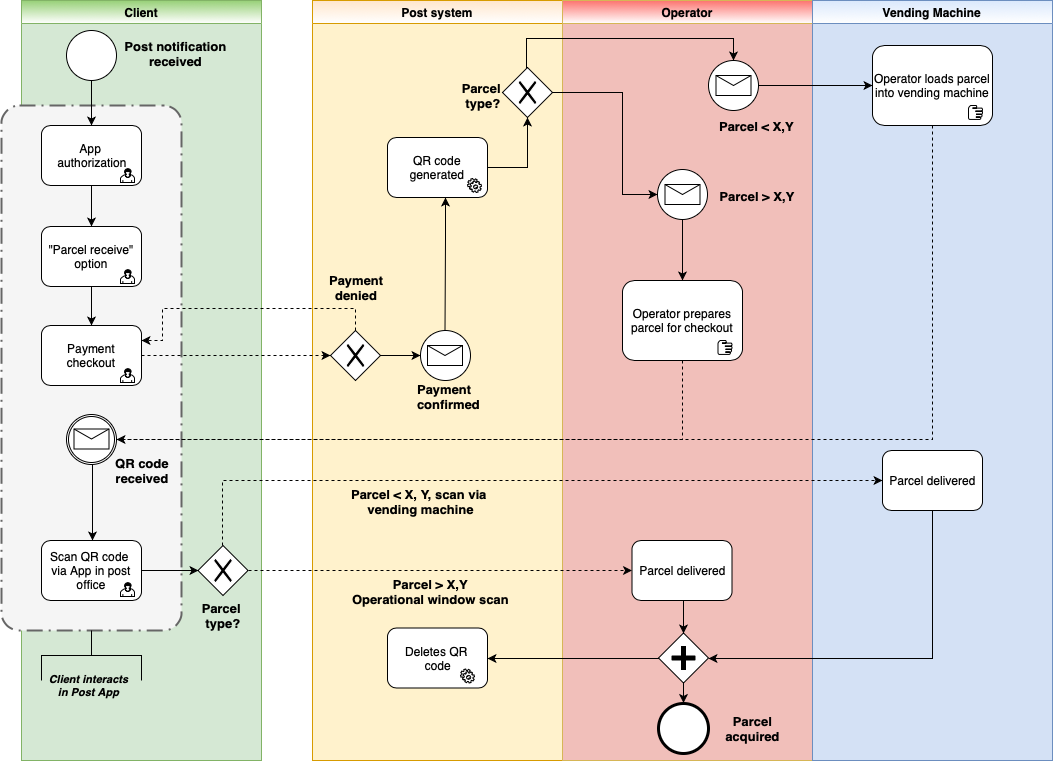
This is site2/img/tobe.png from sergoriev/cv, a draw.io export, as it was before one commit. Source tidied: cells renumbered, new cells last; positions are measured from the earlier drawing's top-left corner, leaving out a move shared by most shapes.
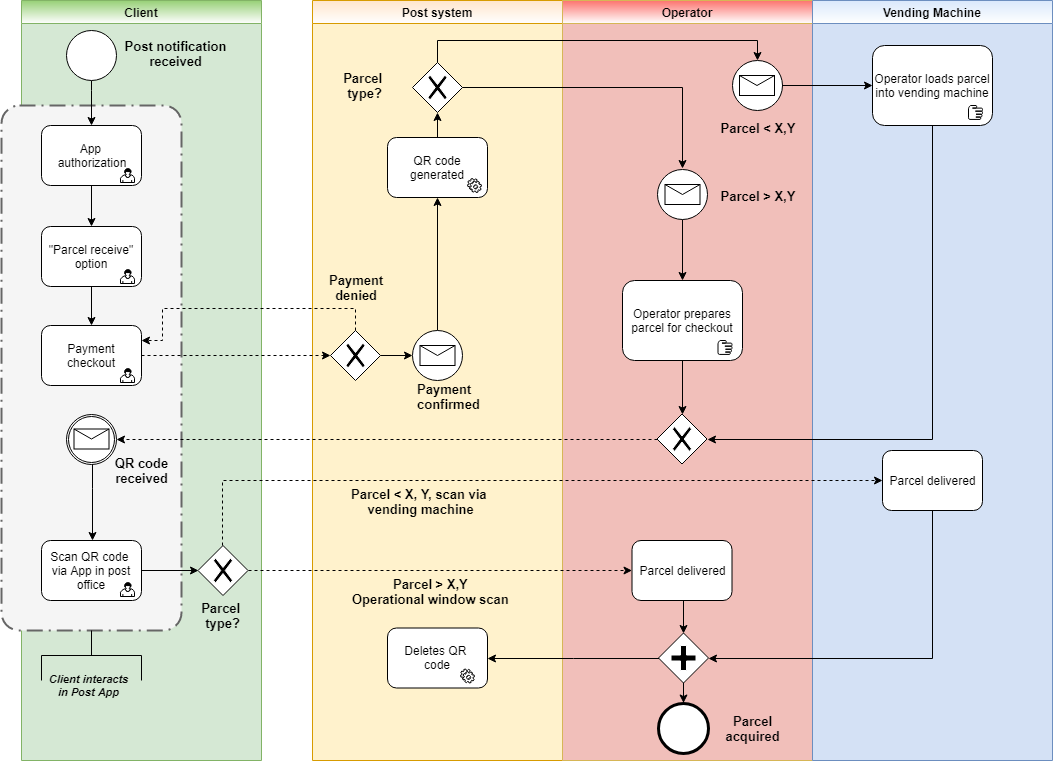
After the commit.

Change to the diagram source:
```diff
@@ -91,18 +91,13 @@
       <mxGeometry x="75" y="137" width="100" height="60" as="geometry" />
     </mxCell>
     <mxCell id="28" style="shape=mxgraph.bpmn.shape;html=1;verticalLabelPosition=bottom;labelBackgroundColor=#ffffff;verticalAlign=top;align=center;perimeter=rhombusPerimeter;background=gateway;outlineConnect=0;outline=none;symbol=exclusiveGw;" parent="25" vertex="1">
-      <mxGeometry x="190" y="67" width="50" height="50" as="geometry" />
+      <mxGeometry x="100" y="62" width="50" height="50" as="geometry" />
     </mxCell>
-    <mxCell id="29" style="edgeStyle=orthogonalEdgeStyle;rounded=0;jettySize=auto;html=1;" parent="25" edge="1" source="30" target="27">
-      <mxGeometry relative="1" as="geometry">
-        <Array as="points">
-          <mxPoint x="133" y="238" />
-          <mxPoint x="133" y="238" />
-        </Array>
-      </mxGeometry>
+    <mxCell id="29" style="edgeStyle=orthogonalEdgeStyle;rounded=0;jettySize=auto;html=1;entryX=0.5;entryY=1;entryDx=0;entryDy=0;" parent="25" edge="1" source="30" target="27">
+      <mxGeometry relative="1" as="geometry" />
     </mxCell>
     <mxCell id="30" style="shape=mxgraph.bpmn.shape;html=1;verticalLabelPosition=bottom;labelBackgroundColor=#ffffff;verticalAlign=top;align=center;perimeter=ellipsePerimeter;outlineConnect=0;outline=standard;symbol=message;" parent="25" vertex="1">
-      <mxGeometry x="107.5" y="330" width="50" height="50" as="geometry" />
+      <mxGeometry x="100" y="330" width="50" height="50" as="geometry" />
     </mxCell>
     <mxCell id="31" value="&lt;div&gt;Deletes QR &lt;br&gt;&lt;/div&gt;&lt;div&gt;code&lt;/div&gt;" style="shape=ext;rounded=1;html=1;whiteSpace=wrap;" parent="25" vertex="1">
       <mxGeometry x="75" y="627.5" width="100" height="60" as="geometry" />
@@ -117,7 +112,7 @@
       <mxGeometry x="102.5" y="378.5" width="30" height="70" as="geometry" />
     </mxCell>
     <mxCell id="35" value="&lt;div style=&quot;font-size: 13px;&quot;&gt;Parcel &lt;br style=&quot;font-size: 13px;&quot;&gt;&lt;/div&gt;&lt;div style=&quot;font-size: 13px;&quot;&gt;type?&lt;/div&gt;" style="text;html=1;strokeColor=none;fillColor=none;align=center;verticalAlign=middle;whiteSpace=wrap;rounded=0;fontStyle=1;fontSize=13;" parent="25" vertex="1">
-      <mxGeometry x="136" y="79" width="69" height="31" as="geometry" />
+      <mxGeometry x="18" y="69.5" width="69" height="31" as="geometry" />
     </mxCell>
     <mxCell id="36" style="edgeStyle=orthogonalEdgeStyle;rounded=0;jettySize=auto;html=1;entryX=0;entryY=0.5;entryDx=0;entryDy=0;" parent="25" edge="1" source="37" target="30">
       <mxGeometry relative="1" as="geometry" />
@@ -135,7 +130,7 @@
       <mxGeometry x="95" y="169" width="50" height="50" as="geometry" />
     </mxCell>
     <mxCell id="41" style="shape=mxgraph.bpmn.shape;html=1;verticalLabelPosition=bottom;labelBackgroundColor=#ffffff;verticalAlign=top;align=center;perimeter=ellipsePerimeter;outlineConnect=0;outline=standard;symbol=message;" parent="38" vertex="1">
-      <mxGeometry x="146" y="60" width="50" height="50" as="geometry" />
+      <mxGeometry x="169.5" y="60" width="50" height="50" as="geometry" />
     </mxCell>
     <mxCell id="42" style="edgeStyle=orthogonalEdgeStyle;rounded=0;jettySize=auto;html=1;entryX=0.5;entryY=0;entryDx=0;entryDy=0;startArrow=none;startFill=0;" parent="38" edge="1" source="43" target="45">
       <mxGeometry relative="1" as="geometry">
@@ -164,11 +159,14 @@
       <mxGeometry x="155.5" y="340" width="14" height="14" as="geometry" />
     </mxCell>
     <mxCell id="49" value="Parcel &amp;gt; X,Y" style="text;html=1;strokeColor=none;fillColor=none;align=center;verticalAlign=middle;whiteSpace=wrap;rounded=0;labelBackgroundColor=none;fontSize=13;fontStyle=1;" parent="38" vertex="1">
-      <mxGeometry x="155.5" y="185" width="78" height="20" as="geometry" />
+      <mxGeometry x="152" y="185" width="85" height="20" as="geometry" />
     </mxCell>
     <mxCell id="50" value="&lt;b style=&quot;font-size: 13px&quot;&gt;Parcel&lt;br&gt;acquired&lt;/b&gt;&lt;br&gt;" style="text;html=1;strokeColor=none;fillColor=none;align=center;verticalAlign=middle;whiteSpace=wrap;rounded=0;" parent="38" vertex="1">
       <mxGeometry x="169.5" y="717.5" width="40" height="20" as="geometry" />
     </mxCell>
+    <mxCell id="57" value="Parcel &amp;lt; X,Y" style="text;html=1;strokeColor=none;fillColor=none;align=center;verticalAlign=middle;whiteSpace=wrap;rounded=0;fontSize=13;fontStyle=1;" parent="38" vertex="1">
+      <mxGeometry x="152" y="117" width="85" height="20" as="geometry" />
+    </mxCell>
     <mxCell id="51" value="Vending Machine" style="swimlane;fillColor=#DAE8FC;strokeColor=#6c8ebf;gradientColor=#ffffff;swimlaneFillColor=#D4E1F5;" parent="1" vertex="1">
       <mxGeometry x="811" width="240" height="760" as="geometry" />
     </mxCell>
@@ -184,19 +182,6 @@
     <mxCell id="55" style="edgeStyle=orthogonalEdgeStyle;rounded=0;jettySize=auto;html=1;dashed=1;endArrow=classic;endFill=1;entryX=0;entryY=0.5;entryDx=0;entryDy=0;" parent="1" edge="1" source="10" target="37">
       <mxGeometry relative="1" as="geometry" />
     </mxCell>
-    <mxCell id="56" style="edgeStyle=orthogonalEdgeStyle;rounded=0;jettySize=auto;html=1;exitX=0.5;exitY=0;exitDx=0;exitDy=0;" parent="1" edge="1" source="28" target="41">
-      <mxGeometry relative="1" as="geometry">
-        <Array as="points">
-          <mxPoint x="525" y="38" />
-          <mxPoint x="732" y="38" />
-        </Array>
-      </mxGeometry>
-    </mxCell>
-    <mxCell id="57" value="&lt;b style=&quot;font-size: 13px&quot;&gt;&lt;font style=&quot;font-size: 13px&quot;&gt;Parcel &amp;lt; X,Y&lt;/font&gt;&lt;/b&gt;" style="text;html=1;align=center;verticalAlign=middle;labelBackgroundColor=none;fontSize=13;" parent="56" vertex="1">
-      <mxGeometry x="-0.53" y="2" relative="1" as="geometry">
-        <mxPoint x="199" y="88.5" as="offset" />
-      </mxGeometry>
-    </mxCell>
     <mxCell id="58" style="edgeStyle=orthogonalEdgeStyle;rounded=0;jettySize=auto;html=1;entryX=0;entryY=0.5;entryDx=0;entryDy=0;startArrow=none;startFill=0;" parent="1" edge="1" source="41" target="52">
       <mxGeometry relative="1" as="geometry" />
     </mxCell>
@@ -230,14 +215,6 @@
         <mxPoint x="192" y="-1" as="offset" />
       </mxGeometry>
     </mxCell>
-    <mxCell id="64" style="edgeStyle=orthogonalEdgeStyle;rounded=0;jettySize=auto;html=1;endArrow=classic;endFill=1;fontSize=13;" parent="1" edge="1" source="28" target="40">
-      <mxGeometry relative="1" as="geometry">
-        <Array as="points">
-          <mxPoint x="621" y="92" />
-          <mxPoint x="621" y="194" />
-        </Array>
-      </mxGeometry>
-    </mxCell>
     <mxCell id="65" style="edgeStyle=orthogonalEdgeStyle;rounded=0;jettySize=auto;html=1;entryX=1;entryY=0.25;entryDx=0;entryDy=0;endArrow=classic;endFill=1;fontSize=13;dashed=1;" parent="1" edge="1" source="37" target="10">
       <mxGeometry relative="1" as="geometry">
         <Array as="points">
@@ -252,20 +229,6 @@
         <mxPoint x="77" y="-20" as="offset" />
       </mxGeometry>
     </mxCell>
-    <mxCell id="67" style="edgeStyle=orthogonalEdgeStyle;rounded=0;jettySize=auto;html=1;entryX=1;entryY=0.5;entryDx=0;entryDy=0;dashed=1;" parent="1" edge="1" source="47" target="12">
-      <mxGeometry relative="1" as="geometry">
-        <Array as="points">
-          <mxPoint x="681" y="439" />
-        </Array>
-      </mxGeometry>
-    </mxCell>
-    <mxCell id="68" style="edgeStyle=orthogonalEdgeStyle;rounded=0;jettySize=auto;html=1;dashed=1;endArrow=none;endFill=0;" parent="1" edge="1" source="52" target="12">
-      <mxGeometry relative="1" as="geometry">
-        <Array as="points">
-          <mxPoint x="931" y="439" />
-        </Array>
-      </mxGeometry>
-    </mxCell>
     <mxCell id="69" style="edgeStyle=orthogonalEdgeStyle;rounded=0;jettySize=auto;html=1;entryX=1;entryY=0.5;entryDx=0;entryDy=0;endArrow=classic;endFill=1;" parent="1" edge="1" source="53" target="45">
       <mxGeometry relative="1" as="geometry">
         <Array as="points">
@@ -273,5 +236,34 @@
         </Array>
       </mxGeometry>
     </mxCell>
+    <mxCell id="56" style="edgeStyle=orthogonalEdgeStyle;rounded=0;jettySize=auto;html=1;entryX=0.5;entryY=0;entryDx=0;entryDy=0;endArrow=classic;endFill=1;" parent="1" edge="1" source="28" target="41">
+      <mxGeometry relative="1" as="geometry">
+        <Array as="points">
+          <mxPoint x="436" y="40" />
+          <mxPoint x="756" y="40" />
+        </Array>
+      </mxGeometry>
+    </mxCell>
+    <mxCell id="70" style="edgeStyle=orthogonalEdgeStyle;rounded=0;jettySize=auto;html=1;endArrow=classic;endFill=1;" parent="1" edge="1" source="28">
+      <mxGeometry relative="1" as="geometry">
+        <mxPoint x="681" y="168" as="targetPoint" />
+      </mxGeometry>
+    </mxCell>
+    <mxCell id="71" style="edgeStyle=orthogonalEdgeStyle;rounded=0;jettySize=auto;html=1;entryX=1;entryY=0.5;entryDx=0;entryDy=0;dashed=1;" parent="1" edge="1" source="72" target="12">
+      <mxGeometry relative="1" as="geometry" />
+    </mxCell>
+    <mxCell id="72" style="shape=mxgraph.bpmn.shape;html=1;verticalLabelPosition=bottom;labelBackgroundColor=#ffffff;verticalAlign=top;align=center;perimeter=rhombusPerimeter;background=gateway;outlineConnect=0;outline=none;symbol=exclusiveGw;" parent="1" vertex="1">
+      <mxGeometry x="655.5" y="413.5" width="50" height="50" as="geometry" />
+    </mxCell>
+    <mxCell id="73" style="edgeStyle=orthogonalEdgeStyle;rounded=0;jettySize=auto;html=1;entryX=0.5;entryY=0;entryDx=0;entryDy=0;" parent="1" edge="1" source="47" target="72">
+      <mxGeometry relative="1" as="geometry" />
+    </mxCell>
+    <mxCell id="74" style="edgeStyle=orthogonalEdgeStyle;rounded=0;jettySize=auto;html=1;entryX=1;entryY=0.5;entryDx=0;entryDy=0;" parent="1" edge="1" source="52" target="72">
+      <mxGeometry relative="1" as="geometry">
+        <Array as="points">
+          <mxPoint x="931" y="439" />
+        </Array>
+      </mxGeometry>
+    </mxCell>
   </root>
 </mxGraphModel>
```
